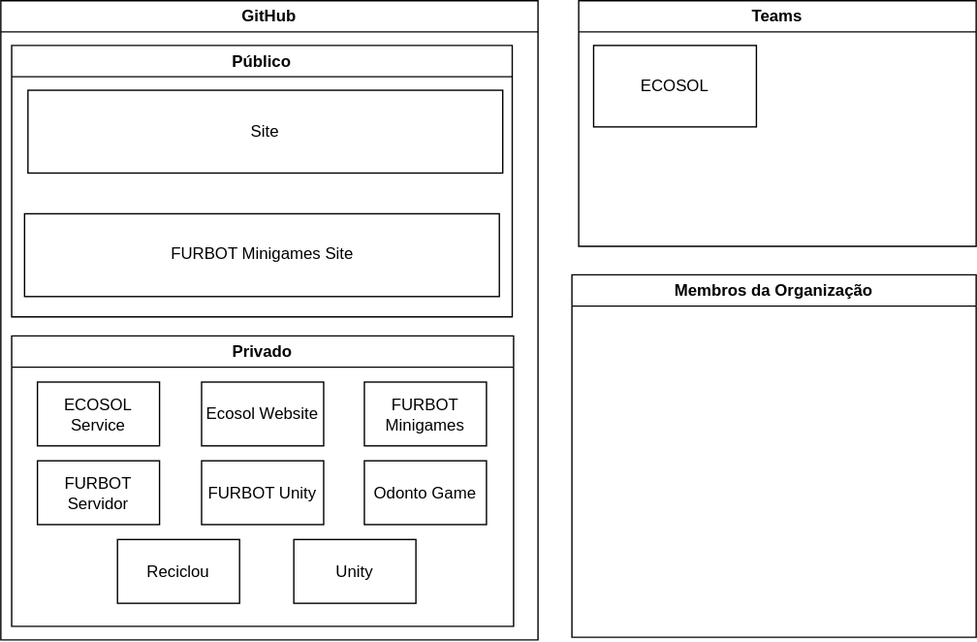
Above: organograma.drawio.svg in LDTTFURB/site (draw.io), before the change. Source tidied: cells renumbered, new cells last; positions are measured from the earlier drawing's top-left corner, leaving out a move shared by most shapes. Its diagram source:
```xml
<mxGraphModel>
  <root>
    <mxCell id="0" />
    <mxCell id="1" parent="0" />
    <mxCell id="2" value="GitHub" style="swimlane;whiteSpace=wrap;html=1;" parent="1" vertex="1">
      <mxGeometry width="396" height="471" as="geometry" />
    </mxCell>
    <mxCell id="3" value="Público" style="swimlane;whiteSpace=wrap;html=1;" parent="2" vertex="1">
      <mxGeometry x="8" y="33" width="369" height="200" as="geometry" />
    </mxCell>
    <mxCell id="4" value="Site" style="rounded=0;whiteSpace=wrap;html=1;gradientColor=none;" parent="3" vertex="1">
      <mxGeometry x="12" y="33" width="350" height="61" as="geometry" />
    </mxCell>
    <mxCell id="5" value="FURBOT Minigames Site" style="rounded=0;whiteSpace=wrap;html=1;gradientColor=none;" parent="3" vertex="1">
      <mxGeometry x="9.5" y="124" width="350" height="61" as="geometry" />
    </mxCell>
    <mxCell id="6" value="Privado" style="swimlane;whiteSpace=wrap;html=1;" parent="2" vertex="1">
      <mxGeometry x="8" y="247" width="370" height="214" as="geometry" />
    </mxCell>
    <mxCell id="7" value="Unity" style="rounded=0;whiteSpace=wrap;html=1;gradientColor=none;" parent="6" vertex="1">
      <mxGeometry x="208" y="150" width="90" height="47" as="geometry" />
    </mxCell>
    <mxCell id="8" value="FURBOT Minigames" style="rounded=0;whiteSpace=wrap;html=1;gradientColor=none;" parent="6" vertex="1">
      <mxGeometry x="260" y="34" width="90" height="47" as="geometry" />
    </mxCell>
    <mxCell id="9" value="Odonto Game" style="rounded=0;whiteSpace=wrap;html=1;gradientColor=none;" parent="6" vertex="1">
      <mxGeometry x="260" y="92" width="90" height="47" as="geometry" />
    </mxCell>
    <mxCell id="10" value="FURBOT Unity" style="rounded=0;whiteSpace=wrap;html=1;gradientColor=none;" parent="6" vertex="1">
      <mxGeometry x="140" y="92" width="90" height="47" as="geometry" />
    </mxCell>
    <mxCell id="11" value="Reciclou" style="rounded=0;whiteSpace=wrap;html=1;gradientColor=none;" parent="6" vertex="1">
      <mxGeometry x="78" y="150" width="90" height="47" as="geometry" />
    </mxCell>
    <mxCell id="12" value="FURBOT Servidor" style="rounded=0;whiteSpace=wrap;html=1;gradientColor=none;" parent="6" vertex="1">
      <mxGeometry x="19" y="92" width="90" height="47" as="geometry" />
    </mxCell>
    <mxCell id="13" value="ECOSOL&lt;br&gt;Service" style="rounded=0;whiteSpace=wrap;html=1;gradientColor=none;" parent="6" vertex="1">
      <mxGeometry x="19" y="34" width="90" height="47" as="geometry" />
    </mxCell>
    <mxCell id="14" value="Ecosol Website" style="rounded=0;whiteSpace=wrap;html=1;gradientColor=none;" parent="6" vertex="1">
      <mxGeometry x="140" y="34" width="90" height="47" as="geometry" />
    </mxCell>
    <mxCell id="15" value="Membros da Organização&lt;br&gt;" style="swimlane;whiteSpace=wrap;html=1;" parent="1" vertex="1">
      <mxGeometry x="421" y="202" width="298" height="267" as="geometry" />
    </mxCell>
    <mxCell id="16" value="Teams" style="swimlane;whiteSpace=wrap;html=1;" parent="1" vertex="1">
      <mxGeometry x="426" width="293" height="181" as="geometry" />
    </mxCell>
    <mxCell id="17" value="ECOSOL&lt;br&gt;" style="rounded=0;whiteSpace=wrap;html=1;" parent="16" vertex="1">
      <mxGeometry x="11" y="33" width="120" height="60" as="geometry" />
    </mxCell>
  </root>
</mxGraphModel>
```
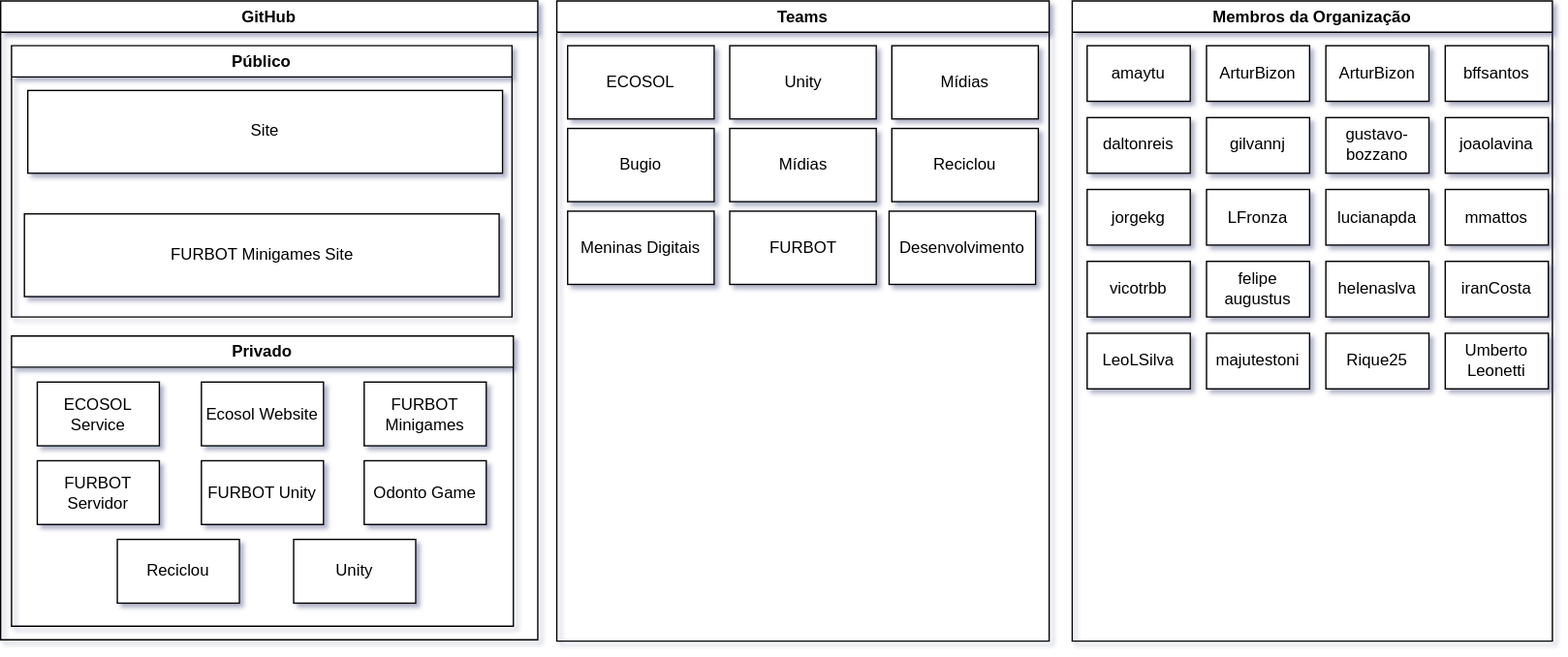
The same file after the commit.

Commit message:
organograma git completo + membros e teams

Diff of the diagram source:
```diff
@@ -1,9 +1,9 @@
-<mxGraphModel>
+<mxGraphModel background="#ffffff" shadow="1">
   <root>
     <mxCell id="0" />
     <mxCell id="1" parent="0" />
     <mxCell id="2" value="GitHub" style="swimlane;whiteSpace=wrap;html=1;" parent="1" vertex="1">
-      <mxGeometry width="396" height="471" as="geometry" />
+      <mxGeometry x="-413" y="-776" width="396" height="471" as="geometry" />
     </mxCell>
     <mxCell id="3" value="Público" style="swimlane;whiteSpace=wrap;html=1;" parent="2" vertex="1">
       <mxGeometry x="8" y="33" width="369" height="200" as="geometry" />
@@ -42,13 +42,97 @@
       <mxGeometry x="140" y="34" width="90" height="47" as="geometry" />
     </mxCell>
     <mxCell id="15" value="Membros da Organização&lt;br&gt;" style="swimlane;whiteSpace=wrap;html=1;" parent="1" vertex="1">
-      <mxGeometry x="421" y="202" width="298" height="267" as="geometry" />
+      <mxGeometry x="377" y="-776" width="354" height="472" as="geometry" />
     </mxCell>
+    <mxCell id="18" value="amaytu" style="whiteSpace=wrap;html=1;" parent="15" vertex="1">
+      <mxGeometry x="11" y="33" width="76" height="41" as="geometry" />
+    </mxCell>
+    <mxCell id="19" value="ArturBizon" style="whiteSpace=wrap;html=1;" parent="15" vertex="1">
+      <mxGeometry x="99" y="33" width="76" height="41" as="geometry" />
+    </mxCell>
+    <mxCell id="20" value="ArturBizon" style="whiteSpace=wrap;html=1;" parent="15" vertex="1">
+      <mxGeometry x="187" y="33" width="76" height="41" as="geometry" />
+    </mxCell>
+    <mxCell id="21" value="bffsantos" style="whiteSpace=wrap;html=1;" parent="15" vertex="1">
+      <mxGeometry x="275" y="33" width="76" height="41" as="geometry" />
+    </mxCell>
+    <mxCell id="22" value="daltonreis" style="whiteSpace=wrap;html=1;" parent="15" vertex="1">
+      <mxGeometry x="11" y="86" width="76" height="41" as="geometry" />
+    </mxCell>
+    <mxCell id="23" value="gilvannj&lt;br&gt;" style="whiteSpace=wrap;html=1;" parent="15" vertex="1">
+      <mxGeometry x="99" y="86" width="76" height="41" as="geometry" />
+    </mxCell>
+    <mxCell id="24" value="gustavo-bozzano" style="whiteSpace=wrap;html=1;" parent="15" vertex="1">
+      <mxGeometry x="187" y="86" width="76" height="41" as="geometry" />
+    </mxCell>
+    <mxCell id="25" value="joaolavina" style="whiteSpace=wrap;html=1;" parent="15" vertex="1">
+      <mxGeometry x="275" y="86" width="76" height="41" as="geometry" />
+    </mxCell>
+    <mxCell id="26" value="jorgekg&lt;br&gt;" style="whiteSpace=wrap;html=1;" parent="15" vertex="1">
+      <mxGeometry x="11" y="139" width="76" height="41" as="geometry" />
+    </mxCell>
+    <mxCell id="27" value="LFronza" style="whiteSpace=wrap;html=1;" parent="15" vertex="1">
+      <mxGeometry x="99" y="139" width="76" height="41" as="geometry" />
+    </mxCell>
+    <mxCell id="28" value="lucianapda" style="whiteSpace=wrap;html=1;" parent="15" vertex="1">
+      <mxGeometry x="187" y="139" width="76" height="41" as="geometry" />
+    </mxCell>
+    <mxCell id="29" value="mmattos" style="whiteSpace=wrap;html=1;" parent="15" vertex="1">
+      <mxGeometry x="275" y="139" width="76" height="41" as="geometry" />
+    </mxCell>
+    <mxCell id="30" value="vicotrbb" style="whiteSpace=wrap;html=1;" parent="15" vertex="1">
+      <mxGeometry x="11" y="192" width="76" height="41" as="geometry" />
+    </mxCell>
+    <mxCell id="31" value="felipe&lt;br&gt;augustus" style="whiteSpace=wrap;html=1;" parent="15" vertex="1">
+      <mxGeometry x="99" y="192" width="76" height="41" as="geometry" />
+    </mxCell>
+    <mxCell id="32" value="helenaslva" style="whiteSpace=wrap;html=1;" parent="15" vertex="1">
+      <mxGeometry x="187" y="192" width="76" height="41" as="geometry" />
+    </mxCell>
+    <mxCell id="33" value="iranCosta" style="whiteSpace=wrap;html=1;" parent="15" vertex="1">
+      <mxGeometry x="275" y="192" width="76" height="41" as="geometry" />
+    </mxCell>
+    <mxCell id="34" value="LeoLSilva" style="whiteSpace=wrap;html=1;" parent="15" vertex="1">
+      <mxGeometry x="11" y="245" width="76" height="41" as="geometry" />
+    </mxCell>
+    <mxCell id="35" value="majutestoni" style="whiteSpace=wrap;html=1;" parent="15" vertex="1">
+      <mxGeometry x="99" y="245" width="76" height="41" as="geometry" />
+    </mxCell>
+    <mxCell id="36" value="Rique25" style="whiteSpace=wrap;html=1;" parent="15" vertex="1">
+      <mxGeometry x="187" y="245" width="76" height="41" as="geometry" />
+    </mxCell>
+    <mxCell id="37" value="Umberto&lt;br&gt;Leonetti" style="whiteSpace=wrap;html=1;" parent="15" vertex="1">
+      <mxGeometry x="275" y="245" width="76" height="41" as="geometry" />
+    </mxCell>
     <mxCell id="16" value="Teams" style="swimlane;whiteSpace=wrap;html=1;" parent="1" vertex="1">
-      <mxGeometry x="426" width="293" height="181" as="geometry" />
+      <mxGeometry x="-3" y="-776" width="363" height="472" as="geometry" />
     </mxCell>
     <mxCell id="17" value="ECOSOL&lt;br&gt;" style="rounded=0;whiteSpace=wrap;html=1;" parent="16" vertex="1">
-      <mxGeometry x="11" y="33" width="120" height="60" as="geometry" />
+      <mxGeometry x="8" y="33" width="108" height="54" as="geometry" />
     </mxCell>
+    <mxCell id="38" value="Bugio" style="rounded=0;whiteSpace=wrap;html=1;" parent="16" vertex="1">
+      <mxGeometry x="8" y="94" width="108" height="54" as="geometry" />
+    </mxCell>
+    <mxCell id="39" value="Mídias" style="rounded=0;whiteSpace=wrap;html=1;" parent="16" vertex="1">
+      <mxGeometry x="127.5" y="94" width="108" height="54" as="geometry" />
+    </mxCell>
+    <mxCell id="40" value="Unity" style="rounded=0;whiteSpace=wrap;html=1;" parent="16" vertex="1">
+      <mxGeometry x="127.5" y="33" width="108" height="54" as="geometry" />
+    </mxCell>
+    <mxCell id="41" value="Mídias&lt;br&gt;" style="rounded=0;whiteSpace=wrap;html=1;" parent="16" vertex="1">
+      <mxGeometry x="247" y="33" width="108" height="54" as="geometry" />
+    </mxCell>
+    <mxCell id="42" value="Reciclou" style="rounded=0;whiteSpace=wrap;html=1;" parent="16" vertex="1">
+      <mxGeometry x="247" y="94" width="108" height="54" as="geometry" />
+    </mxCell>
+    <mxCell id="43" value="Meninas Digitais" style="rounded=0;whiteSpace=wrap;html=1;" parent="16" vertex="1">
+      <mxGeometry x="8" y="155" width="108" height="54" as="geometry" />
+    </mxCell>
+    <mxCell id="44" value="FURBOT" style="rounded=0;whiteSpace=wrap;html=1;" parent="16" vertex="1">
+      <mxGeometry x="127.5" y="155" width="108" height="54" as="geometry" />
+    </mxCell>
+    <mxCell id="45" value="Desenvolvimento" style="rounded=0;whiteSpace=wrap;html=1;" parent="16" vertex="1">
+      <mxGeometry x="245" y="155" width="108" height="54" as="geometry" />
+    </mxCell>
   </root>
 </mxGraphModel>
```
